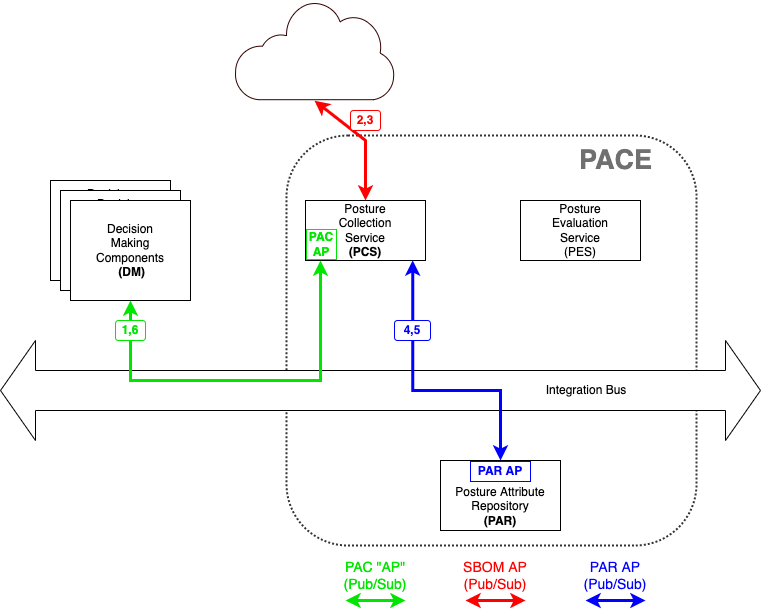
Above: docs/UseCases/Images/CollectSbomFromUrl2.png in opencybersecurityalliance/PACE (draw.io), before the change. Source tidied: cells renumbered, new cells last; positions are measured from the earlier drawing's top-left corner, leaving out a move shared by most shapes.
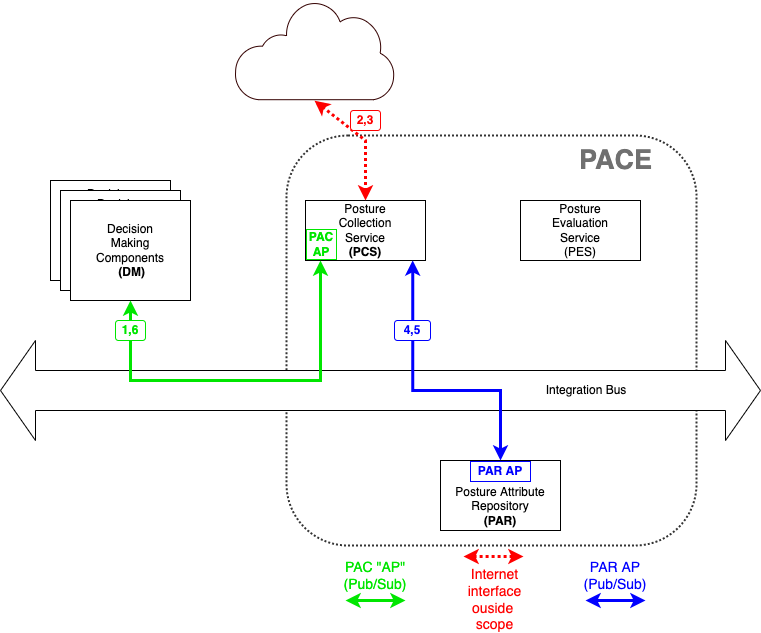
The same file after the commit.

The edit, as a diff of the source:
```diff
@@ -38,7 +38,7 @@
     <mxCell id="11" value="&lt;font color=&quot;#707070&quot;&gt;PACE&lt;/font&gt;" style="text;html=1;align=center;verticalAlign=middle;fillColor=none;strokeColor=none;rounded=0;dashed=1;dashPattern=1 1;opacity=80;fontStyle=1;fontSize=27;fontColor=#636363;" parent="1" vertex="1">
       <mxGeometry x="570" y="140" width="90" height="40" as="geometry" />
     </mxCell>
-    <mxCell id="12" style="endArrow=classic;startArrow=classic;html=1;rounded=0;strokeColor=#FF0000;strokeWidth=3;startFill=1;endSize=6;endFill=1;entryX=0.5;entryY=0;entryDx=0;entryDy=0;exitX=0.5;exitY=1;exitDx=0;exitDy=0;exitPerimeter=0;" parent="1" edge="1" source="25" target="4">
+    <mxCell id="12" style="endArrow=classic;startArrow=classic;html=1;rounded=0;strokeColor=#FF0000;strokeWidth=3;startFill=1;endSize=6;endFill=1;entryX=0.5;entryY=0;entryDx=0;entryDy=0;exitX=0.5;exitY=1;exitDx=0;exitDy=0;exitPerimeter=0;dashed=1;dashPattern=1 1;" parent="1" edge="1" source="25" target="4">
       <mxGeometry relative="1" as="geometry">
         <Array as="points">
           <mxPoint x="365" y="140" />
@@ -57,14 +57,14 @@
     <mxCell id="15" value="PAC &quot;AP&quot;&lt;br style=&quot;font-size: 14px&quot;&gt;(Pub/Sub)" style="text;html=1;strokeColor=none;fillColor=none;align=center;verticalAlign=middle;whiteSpace=wrap;rounded=0;fontColor=#00E600;fontSize=14;" parent="1" vertex="1">
       <mxGeometry x="345" y="560" width="60" height="30" as="geometry" />
     </mxCell>
-    <mxCell id="16" style="endArrow=classic;startArrow=classic;html=1;rounded=0;fontColor=#0000FF;endSize=6;sourcePerimeterSpacing=6;targetPerimeterSpacing=6;strokeColor=#FF0000;strokeWidth=3;" parent="1" edge="1">
+    <mxCell id="16" style="endArrow=classic;startArrow=classic;html=1;rounded=0;fontColor=#0000FF;endSize=6;sourcePerimeterSpacing=6;targetPerimeterSpacing=6;strokeColor=#FF0000;strokeWidth=3;dashed=1;dashPattern=1 1;" parent="1" edge="1">
       <mxGeometry relative="1" as="geometry">
-        <mxPoint x="465" y="600" as="sourcePoint" />
-        <mxPoint x="525" y="600" as="targetPoint" />
+        <mxPoint x="463" y="556" as="sourcePoint" />
+        <mxPoint x="523" y="556" as="targetPoint" />
       </mxGeometry>
     </mxCell>
-    <mxCell id="17" value="SBOM AP&lt;br style=&quot;font-size: 14px;&quot;&gt;(Pub/Sub)" style="text;html=1;strokeColor=none;fillColor=none;align=center;verticalAlign=middle;whiteSpace=wrap;rounded=0;fontColor=#FF0000;fontSize=14;" parent="1" vertex="1">
-      <mxGeometry x="455" y="560" width="80" height="30" as="geometry" />
+    <mxCell id="17" value="Internet&lt;br&gt;interface&lt;br&gt;ouside&amp;nbsp;&lt;br&gt;scope" style="text;html=1;strokeColor=none;fillColor=none;align=center;verticalAlign=middle;whiteSpace=wrap;rounded=0;fontColor=#FF0000;fontSize=14;" parent="1" vertex="1">
+      <mxGeometry x="452" y="584" width="85" height="30" as="geometry" />
     </mxCell>
     <mxCell id="18" style="endArrow=classic;startArrow=classic;html=1;rounded=0;fontColor=#0000FF;endSize=6;sourcePerimeterSpacing=6;targetPerimeterSpacing=6;strokeColor=#0000FF;strokeWidth=3;startFill=1;" parent="1" edge="1">
       <mxGeometry relative="1" as="geometry">
```
